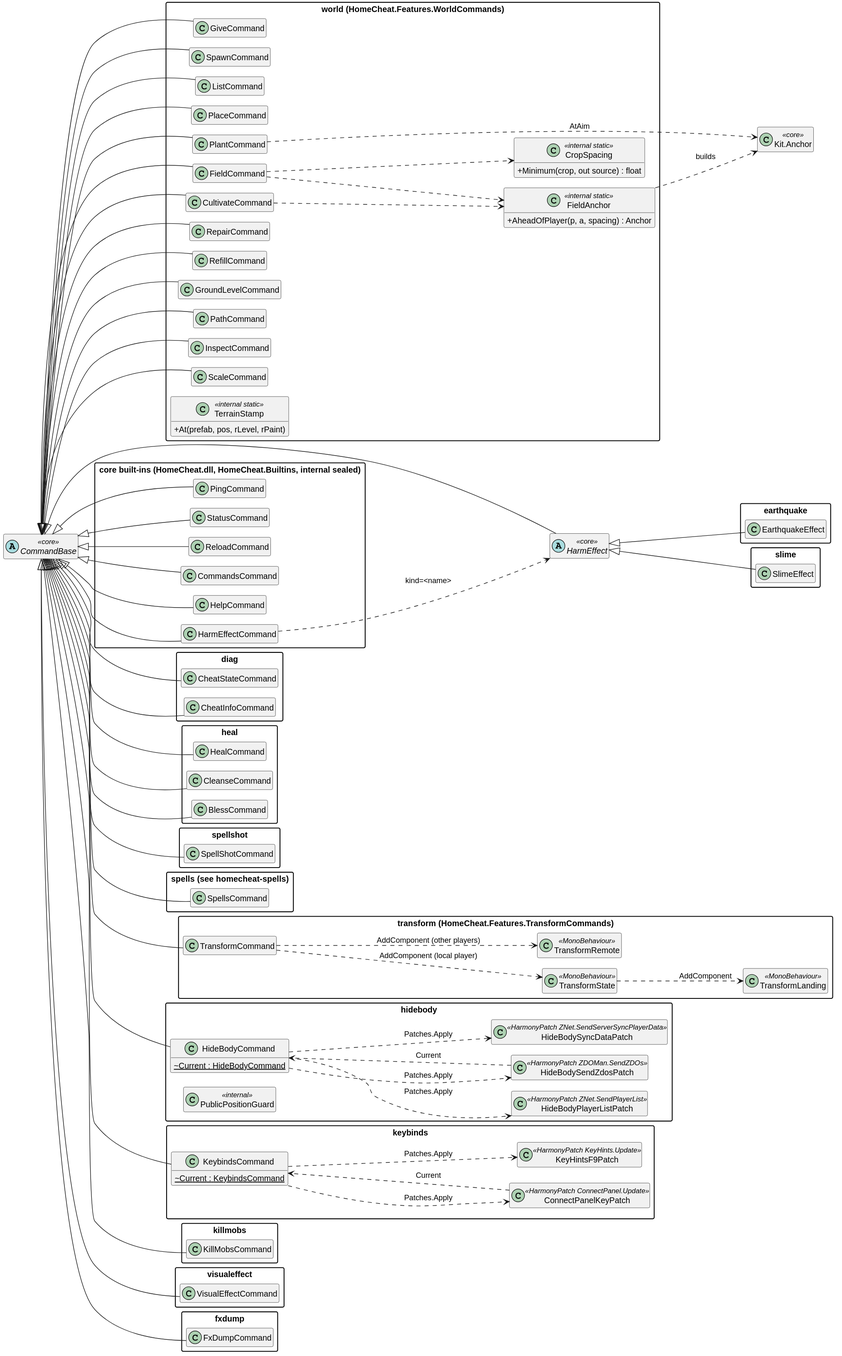
This is docs/diagrams/homecheat-features.svg from Maksym-Denysiuk/ValheimMods, a PlantUML export, as it was before one commit. The source it was exported from:
```plantuml
@startuml
!pragma layout smetana
skinparam classAttributeIconSize 0
skinparam shadowing false
skinparam packageStyle rectangle
hide empty members
left to right direction

abstract class CommandBase <<core>>
abstract class HarmEffect <<core>>
class "Kit.Anchor" as KitAnchor <<core>>
CommandBase <|-- HarmEffect

package "core built-ins  (HomeCheat.dll, HomeCheat.Builtins, internal sealed)" as core {
  class PingCommand
  class StatusCommand
  class ReloadCommand
  class CommandsCommand
  class HelpCommand
  class HarmEffectCommand
}
CommandBase <|-- PingCommand
CommandBase <|-- StatusCommand
CommandBase <|-- ReloadCommand
CommandBase <|-- CommandsCommand
CommandBase <|-- HelpCommand
CommandBase <|-- HarmEffectCommand
HarmEffectCommand ..> HarmEffect : kind=<name>

package "world  (HomeCheat.Features.WorldCommands)" as world {
  class GiveCommand
  class SpawnCommand
  class ListCommand
  class PlaceCommand
  class PlantCommand
  class FieldCommand
  class CultivateCommand
  class RepairCommand
  class RefillCommand
  class GroundLevelCommand
  class PathCommand
  class InspectCommand
  class ScaleCommand
  class FieldAnchor <<internal static>> {
    +AheadOfPlayer(p, a, spacing) : Anchor
  }
  class CropSpacing <<internal static>> {
    +Minimum(crop, out source) : float
  }
  class TerrainStamp <<internal static>> {
    +At(prefab, pos, rLevel, rPaint)
  }
}

package "diag" as diag {
  class CheatStateCommand
  class CheatInfoCommand
}

package "heal" as heal {
  class HealCommand
  class CleanseCommand
  class BlessCommand
}

package "earthquake" as eq {
  class EarthquakeEffect
}
package "slime" as sl {
  class SlimeEffect
}
package "spellshot" as ss {
  class SpellShotCommand
}
package "spells  (see homecheat-spells)" as sp {
  class SpellsCommand
}
package "transform  (HomeCheat.Features.TransformCommands)" as tr {
  class TransformCommand
  class TransformState <<MonoBehaviour>>
  class TransformRemote <<MonoBehaviour>>
  class TransformLanding <<MonoBehaviour>>
}
package "hidebody" as hb {
  class HideBodyCommand {
    ~{static} Current : HideBodyCommand
  }
  class HideBodySendZdosPatch <<HarmonyPatch ZDOMan.SendZDOs>>
  class HideBodyPlayerListPatch <<HarmonyPatch ZNet.SendPlayerList>>
  class HideBodySyncDataPatch <<HarmonyPatch ZNet.SendServerSyncPlayerData>>
  class PublicPositionGuard <<internal>>
}
package "keybinds" as kb {
  class KeybindsCommand {
    ~{static} Current : KeybindsCommand
  }
  class ConnectPanelKeyPatch <<HarmonyPatch ConnectPanel.Update>>
  class KeyHintsF9Patch <<HarmonyPatch KeyHints.Update>>
}
package "killmobs" as km {
  class KillMobsCommand
}
package "visualeffect" as ve {
  class VisualEffectCommand
}
package "fxdump" as fd {
  class FxDumpCommand
}

CommandBase <|-- GiveCommand
CommandBase <|-- SpawnCommand
CommandBase <|-- ListCommand
CommandBase <|-- PlaceCommand
CommandBase <|-- PlantCommand
CommandBase <|-- FieldCommand
CommandBase <|-- CultivateCommand
CommandBase <|-- RepairCommand
CommandBase <|-- RefillCommand
CommandBase <|-- GroundLevelCommand
CommandBase <|-- PathCommand
CommandBase <|-- InspectCommand
CommandBase <|-- ScaleCommand
CommandBase <|-- CheatStateCommand
CommandBase <|-- CheatInfoCommand
CommandBase <|-- HealCommand
CommandBase <|-- CleanseCommand
CommandBase <|-- BlessCommand
HarmEffect <|-- EarthquakeEffect
HarmEffect <|-- SlimeEffect
CommandBase <|-- SpellShotCommand
CommandBase <|-- SpellsCommand
CommandBase <|-- TransformCommand
CommandBase <|-- HideBodyCommand
CommandBase <|-- KeybindsCommand
CommandBase <|-- KillMobsCommand
CommandBase <|-- VisualEffectCommand
CommandBase <|-- FxDumpCommand

FieldCommand ..> FieldAnchor
CultivateCommand ..> FieldAnchor
FieldCommand ..> CropSpacing
FieldAnchor ..> KitAnchor : builds
PlantCommand ..> KitAnchor : AtAim
TransformCommand ..> TransformState : AddComponent (local player)
TransformCommand ..> TransformRemote : AddComponent (other players)
TransformState ..> TransformLanding : AddComponent
HideBodyCommand ..> HideBodySendZdosPatch : Patches.Apply
HideBodyCommand ..> HideBodyPlayerListPatch : Patches.Apply
HideBodyCommand ..> HideBodySyncDataPatch : Patches.Apply
HideBodySendZdosPatch ..> HideBodyCommand : Current
KeybindsCommand ..> ConnectPanelKeyPatch : Patches.Apply
KeybindsCommand ..> KeyHintsF9Patch : Patches.Apply
ConnectPanelKeyPatch ..> KeybindsCommand : Current
@enduml
```
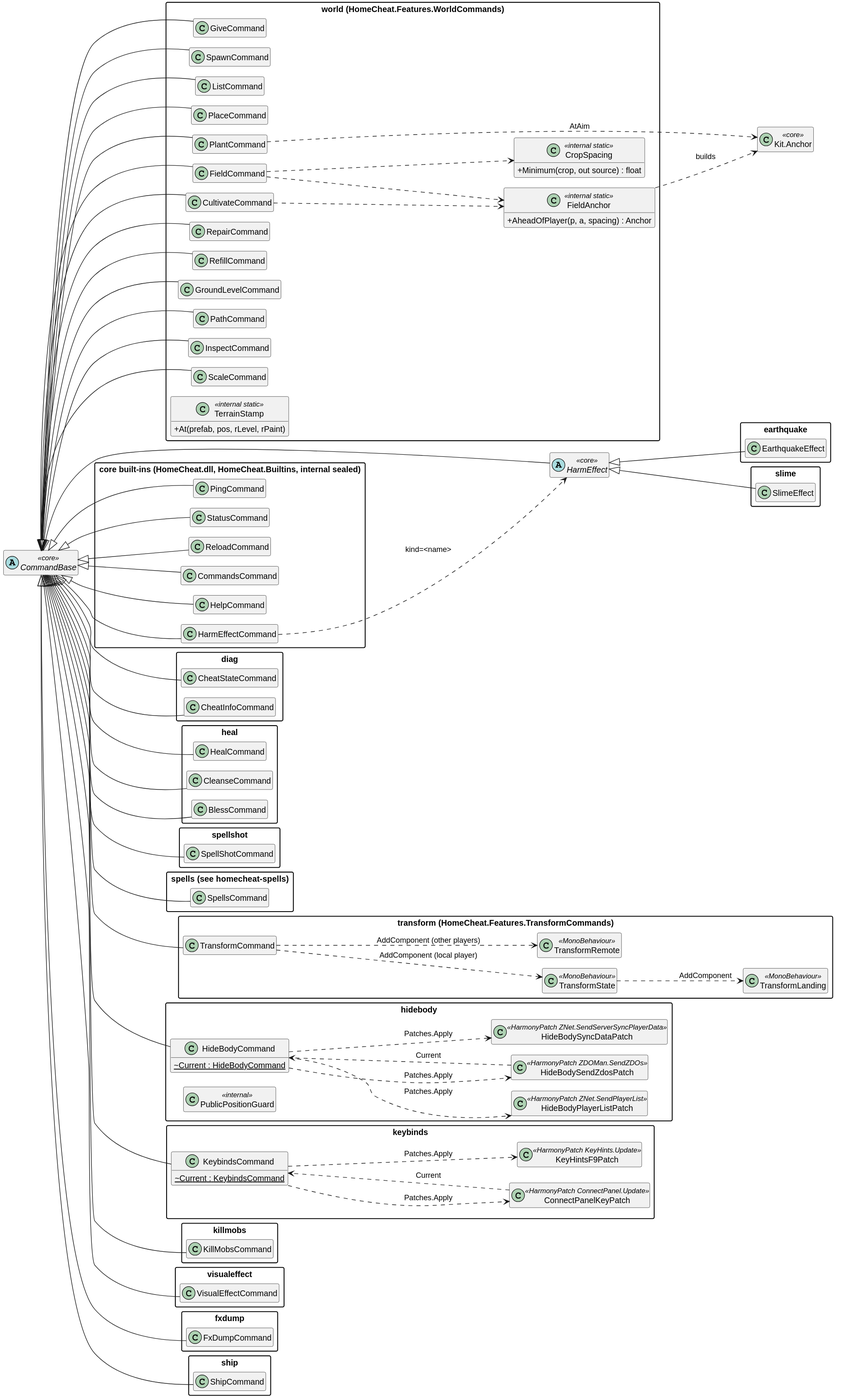
Later version of the same file.

Commit message:
Ship: new command ship, sail force multiplier x1-x10 (W1-ship)

What changed in the source:
```diff
@@ -106,6 +106,9 @@
 package "fxdump" as fd {
   class FxDumpCommand
 }
+package "ship" as sh {
+  class ShipCommand
+}
 
 CommandBase <|-- GiveCommand
 CommandBase <|-- SpawnCommand
@@ -135,6 +138,7 @@
 CommandBase <|-- KillMobsCommand
 CommandBase <|-- VisualEffectCommand
 CommandBase <|-- FxDumpCommand
+CommandBase <|-- ShipCommand
 
 FieldCommand ..> FieldAnchor
 CultivateCommand ..> FieldAnchor
```
